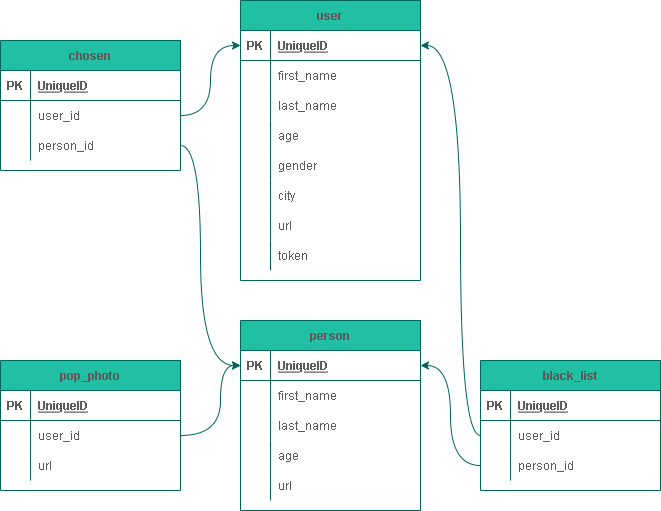
The draw.io diagram database/diagram_vkinder.png in Wooft/Netology_CourseJob_2, before a commit. Source tidied: cells renumbered, new cells last; positions are measured from the earlier drawing's top-left corner, leaving out a move shared by most shapes.
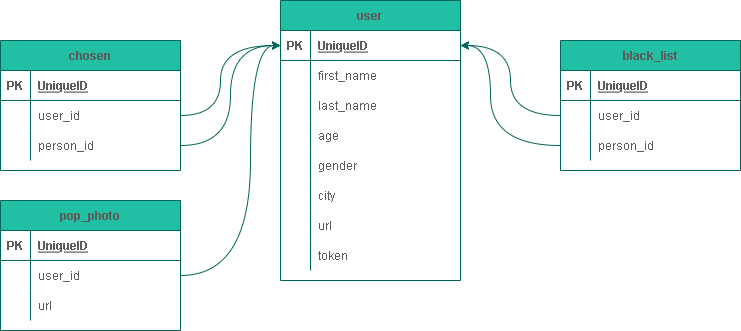
Above is the later version.

What changed in the source:
```diff
@@ -78,7 +78,7 @@
       <mxGeometry x="30" width="150" height="30" as="geometry" />
     </mxCell>
     <mxCell id="27" value="pop_photo" style="shape=table;startSize=30;rowLines=0;fontStyle=1;align=center;rounded=0;fillColor=#21C0A5;strokeColor=#006658;fontColor=#5C5C5C;" parent="1" vertex="1">
-      <mxGeometry y="360" width="180" height="130" as="geometry" />
+      <mxGeometry x="-40" y="200" width="180" height="130" as="geometry" />
     </mxCell>
     <mxCell id="28" style="shape=tableRow;horizontal=0;startSize=0;swimlaneHead=0;swimlaneBody=0;fillColor=none;top=0;left=0;right=0;bottom=1;rounded=0;strokeColor=#006658;fontColor=#5C5C5C;" parent="27" vertex="1">
       <mxGeometry y="30" width="180" height="30" as="geometry" />
@@ -108,7 +108,7 @@
       <mxGeometry x="30" width="150" height="30" as="geometry" />
     </mxCell>
     <mxCell id="37" value="chosen" style="shape=table;startSize=30;rowLines=0;fontStyle=1;align=center;rounded=0;fillColor=#21C0A5;strokeColor=#006658;fontColor=#5C5C5C;" parent="1" vertex="1">
-      <mxGeometry y="40" width="180" height="130" as="geometry" />
+      <mxGeometry x="-40" y="40" width="180" height="130" as="geometry" />
     </mxCell>
     <mxCell id="38" style="shape=tableRow;horizontal=0;startSize=0;swimlaneHead=0;swimlaneBody=0;fillColor=none;top=0;left=0;right=0;bottom=1;rounded=0;strokeColor=#006658;fontColor=#5C5C5C;" parent="37" vertex="1">
       <mxGeometry y="30" width="180" height="30" as="geometry" />
@@ -137,19 +137,16 @@
     <mxCell id="46" value="person_id" style="shape=partialRectangle;fillColor=none;top=0;left=0;bottom=0;right=0;align=left;spacingLeft=6;overflow=hidden;rounded=0;strokeColor=#006658;fontColor=#5C5C5C;" parent="44" vertex="1">
       <mxGeometry x="30" width="150" height="30" as="geometry" />
     </mxCell>
-    <mxCell id="47" style="edgeStyle=orthogonalEdgeStyle;rounded=0;jettySize=auto;html=1;entryX=0;entryY=0.5;entryDx=0;entryDy=0;curved=1;strokeColor=#006658;fontColor=#5C5C5C;" parent="1" edge="1" source="41" target="3">
-      <mxGeometry relative="1" as="geometry" />
+    <mxCell id="47" style="edgeStyle=orthogonalEdgeStyle;rounded=0;jettySize=auto;html=1;entryX=0;entryY=0.5;entryDx=0;entryDy=0;strokeColor=#006658;fontColor=#5C5C5C;curved=1;" parent="1" edge="1" source="41" target="3">
+      <mxGeometry relative="1" as="geometry">
+        <Array as="points">
+          <mxPoint x="180" y="115" />
+          <mxPoint x="180" y="45" />
+        </Array>
+      </mxGeometry>
     </mxCell>
-    <mxCell id="48" style="edgeStyle=orthogonalEdgeStyle;rounded=0;jettySize=auto;html=1;entryX=0;entryY=0.5;entryDx=0;entryDy=0;curved=1;strokeColor=#006658;fontColor=#5C5C5C;" parent="1" edge="1" source="44" target="60">
-      <mxGeometry relative="1" as="geometry">
-        <Array as="points">
-          <mxPoint x="200" y="145" />
-          <mxPoint x="200" y="365" />
-        </Array>
-      </mxGeometry>
-    </mxCell>
     <mxCell id="49" value="black_list" style="shape=table;startSize=30;rowLines=0;fontStyle=1;align=center;rounded=0;fillColor=#21C0A5;strokeColor=#006658;fontColor=#5C5C5C;" parent="1" vertex="1">
-      <mxGeometry x="480" y="360" width="180" height="130" as="geometry" />
+      <mxGeometry x="520" y="40" width="180" height="130" as="geometry" />
     </mxCell>
     <mxCell id="50" style="shape=tableRow;horizontal=0;startSize=0;swimlaneHead=0;swimlaneBody=0;fillColor=none;top=0;left=0;right=0;bottom=1;rounded=0;strokeColor=#006658;fontColor=#5C5C5C;" parent="49" vertex="1">
       <mxGeometry y="30" width="180" height="30" as="geometry" />
@@ -178,72 +175,27 @@
     <mxCell id="58" value="person_id" style="shape=partialRectangle;fillColor=none;top=0;left=0;bottom=0;right=0;align=left;spacingLeft=6;overflow=hidden;rounded=0;strokeColor=#006658;fontColor=#5C5C5C;" parent="56" vertex="1">
       <mxGeometry x="30" width="150" height="30" as="geometry" />
     </mxCell>
-    <mxCell id="59" value="person" style="shape=table;startSize=30;rowLines=0;fontStyle=1;align=center;rounded=0;fillColor=#21C0A5;strokeColor=#006658;fontColor=#5C5C5C;" parent="1" vertex="1">
-      <mxGeometry x="240" y="320" width="180" height="190" as="geometry" />
-    </mxCell>
-    <mxCell id="60" style="shape=tableRow;horizontal=0;startSize=0;swimlaneHead=0;swimlaneBody=0;fillColor=none;points=[[0,0.5],[1,0.5]];portConstraint=eastwest;top=0;left=0;right=0;bottom=1;rounded=0;strokeColor=#006658;fontColor=#5C5C5C;" parent="59" vertex="1">
-      <mxGeometry y="30" width="180" height="30" as="geometry" />
-    </mxCell>
-    <mxCell id="61" value="PK" style="shape=partialRectangle;fillColor=none;top=0;left=0;bottom=0;right=0;fontStyle=1;overflow=hidden;rounded=0;strokeColor=#006658;fontColor=#5C5C5C;" parent="60" vertex="1">
-      <mxGeometry width="30" height="30" as="geometry" />
-    </mxCell>
-    <mxCell id="62" value="UniqueID" style="shape=partialRectangle;fillColor=none;top=0;left=0;bottom=0;right=0;align=left;spacingLeft=6;fontStyle=5;overflow=hidden;rounded=0;strokeColor=#006658;fontColor=#5C5C5C;" parent="60" vertex="1">
-      <mxGeometry x="30" width="150" height="30" as="geometry" />
-    </mxCell>
-    <mxCell id="63" style="shape=tableRow;horizontal=0;startSize=0;swimlaneHead=0;swimlaneBody=0;fillColor=none;top=0;left=0;right=0;bottom=0;rounded=0;strokeColor=#006658;fontColor=#5C5C5C;" parent="59" vertex="1">
-      <mxGeometry y="60" width="180" height="30" as="geometry" />
-    </mxCell>
-    <mxCell id="64" style="shape=partialRectangle;fillColor=none;top=0;left=0;bottom=0;right=0;overflow=hidden;rounded=0;strokeColor=#006658;fontColor=#5C5C5C;" parent="63" vertex="1">
-      <mxGeometry width="30" height="30" as="geometry" />
-    </mxCell>
-    <mxCell id="65" value="first_name" style="shape=partialRectangle;fillColor=none;top=0;left=0;bottom=0;right=0;align=left;spacingLeft=6;overflow=hidden;rounded=0;strokeColor=#006658;fontColor=#5C5C5C;" parent="63" vertex="1">
-      <mxGeometry x="30" width="150" height="30" as="geometry" />
-    </mxCell>
-    <mxCell id="66" style="shape=tableRow;horizontal=0;startSize=0;swimlaneHead=0;swimlaneBody=0;fillColor=none;top=0;left=0;right=0;bottom=0;rounded=0;strokeColor=#006658;fontColor=#5C5C5C;" parent="59" vertex="1">
-      <mxGeometry y="90" width="180" height="30" as="geometry" />
-    </mxCell>
-    <mxCell id="67" style="shape=partialRectangle;fillColor=none;top=0;left=0;bottom=0;right=0;overflow=hidden;rounded=0;strokeColor=#006658;fontColor=#5C5C5C;" parent="66" vertex="1">
-      <mxGeometry width="30" height="30" as="geometry" />
-    </mxCell>
-    <mxCell id="68" value="last_name" style="shape=partialRectangle;fillColor=none;top=0;left=0;bottom=0;right=0;align=left;spacingLeft=6;overflow=hidden;rounded=0;strokeColor=#006658;fontColor=#5C5C5C;" parent="66" vertex="1">
-      <mxGeometry x="30" width="150" height="30" as="geometry" />
-    </mxCell>
-    <mxCell id="69" style="shape=tableRow;horizontal=0;startSize=0;swimlaneHead=0;swimlaneBody=0;fillColor=none;top=0;left=0;right=0;bottom=0;rounded=0;strokeColor=#006658;fontColor=#5C5C5C;" parent="59" vertex="1">
-      <mxGeometry y="120" width="180" height="30" as="geometry" />
-    </mxCell>
-    <mxCell id="70" style="shape=partialRectangle;fillColor=none;top=0;left=0;bottom=0;right=0;overflow=hidden;rounded=0;strokeColor=#006658;fontColor=#5C5C5C;" parent="69" vertex="1">
-      <mxGeometry width="30" height="30" as="geometry" />
-    </mxCell>
-    <mxCell id="71" value="age" style="shape=partialRectangle;fillColor=none;top=0;left=0;bottom=0;right=0;align=left;spacingLeft=6;overflow=hidden;rounded=0;strokeColor=#006658;fontColor=#5C5C5C;" parent="69" vertex="1">
-      <mxGeometry x="30" width="150" height="30" as="geometry" />
-    </mxCell>
-    <mxCell id="72" style="shape=tableRow;horizontal=0;startSize=0;swimlaneHead=0;swimlaneBody=0;fillColor=none;top=0;left=0;right=0;bottom=0;rounded=0;strokeColor=#006658;fontColor=#5C5C5C;" parent="59" vertex="1">
-      <mxGeometry y="150" width="180" height="30" as="geometry" />
-    </mxCell>
-    <mxCell id="73" style="shape=partialRectangle;fillColor=none;top=0;left=0;bottom=0;right=0;overflow=hidden;rounded=0;strokeColor=#006658;fontColor=#5C5C5C;" parent="72" vertex="1">
-      <mxGeometry width="30" height="30" as="geometry" />
-    </mxCell>
-    <mxCell id="74" value="url" style="shape=partialRectangle;fillColor=none;top=0;left=0;bottom=0;right=0;align=left;spacingLeft=6;overflow=hidden;rounded=0;strokeColor=#006658;fontColor=#5C5C5C;" parent="72" vertex="1">
-      <mxGeometry x="30" width="150" height="30" as="geometry" />
-    </mxCell>
-    <mxCell id="75" style="edgeStyle=orthogonalEdgeStyle;rounded=0;jettySize=auto;html=1;curved=1;strokeColor=#006658;fontColor=#5C5C5C;" parent="1" edge="1" source="31" target="60">
-      <mxGeometry relative="1" as="geometry">
-        <Array as="points">
-          <mxPoint x="220" y="435" />
-          <mxPoint x="220" y="365" />
-        </Array>
-      </mxGeometry>
-    </mxCell>
+    <mxCell id="78" style="edgeStyle=orthogonalEdgeStyle;rounded=0;jettySize=auto;html=1;entryX=0;entryY=0.5;entryDx=0;entryDy=0;strokeColor=#006658;fontColor=#5C5C5C;curved=1;" parent="1" edge="1" source="31" target="3">
+      <mxGeometry relative="1" as="geometry">
+        <Array as="points">
+          <mxPoint x="210" y="275" />
+          <mxPoint x="210" y="45" />
+        </Array>
+      </mxGeometry>
+    </mxCell>
+    <mxCell id="79" style="edgeStyle=orthogonalEdgeStyle;curved=1;rounded=0;jettySize=auto;html=1;entryX=0;entryY=0.5;entryDx=0;entryDy=0;strokeColor=#006658;fontColor=#5C5C5C;fillColor=#21C0A5;" parent="1" edge="1" source="44" target="3">
+      <mxGeometry relative="1" as="geometry" />
+    </mxCell>
-    <mxCell id="76" style="edgeStyle=orthogonalEdgeStyle;rounded=0;jettySize=auto;html=1;entryX=1;entryY=0.5;entryDx=0;entryDy=0;curved=1;strokeColor=#006658;fontColor=#5C5C5C;" parent="1" edge="1" source="53" target="3">
-      <mxGeometry relative="1" as="geometry">
-        <Array as="points">
-          <mxPoint x="460" y="435" />
-          <mxPoint x="460" y="45" />
-        </Array>
-      </mxGeometry>
+    <mxCell id="76" style="edgeStyle=orthogonalEdgeStyle;curved=1;rounded=0;jettySize=auto;html=1;entryX=1;entryY=0.5;entryDx=0;entryDy=0;strokeColor=#006658;fontColor=#5C5C5C;fillColor=#21C0A5;" parent="1" edge="1" source="53" target="3">
+      <mxGeometry relative="1" as="geometry" />
     </mxCell>
-    <mxCell id="77" style="edgeStyle=orthogonalEdgeStyle;rounded=0;jettySize=auto;html=1;entryX=1;entryY=0.5;entryDx=0;entryDy=0;curved=1;strokeColor=#006658;fontColor=#5C5C5C;" parent="1" edge="1" source="56" target="60">
-      <mxGeometry relative="1" as="geometry" />
-    </mxCell>
+    <mxCell id="80" style="edgeStyle=orthogonalEdgeStyle;curved=1;rounded=0;jettySize=auto;html=1;strokeColor=#006658;fontColor=#5C5C5C;fillColor=#21C0A5;" parent="1" edge="1" source="56" target="3">
+      <mxGeometry relative="1" as="geometry">
+        <Array as="points">
+          <mxPoint x="450" y="145" />
+          <mxPoint x="450" y="45" />
+        </Array>
+      </mxGeometry>
+    </mxCell>
   </root>
 </mxGraphModel>
```
